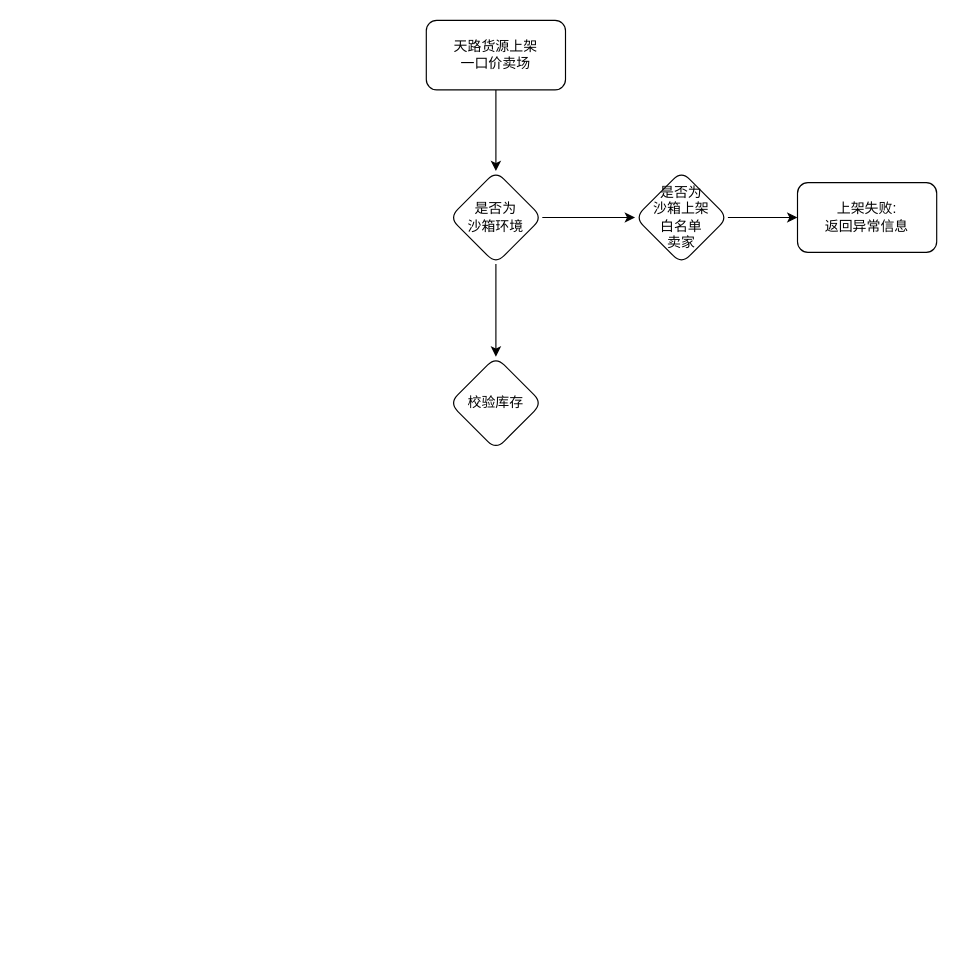
This is page "上架一口价卖场流程图" (2 of 2) of 卖场/一口价卖场.drawio from lxcy-kdz/draw, a draw.io file, before an edit. Source tidied: cells renumbered, new cells numbered last; positions are measured from the earlier drawing's top-left corner, leaving out a move shared by most shapes. Both pictures are drawn from the tidied source at 116%, with x=0, y=0 at pixel (426, 20).
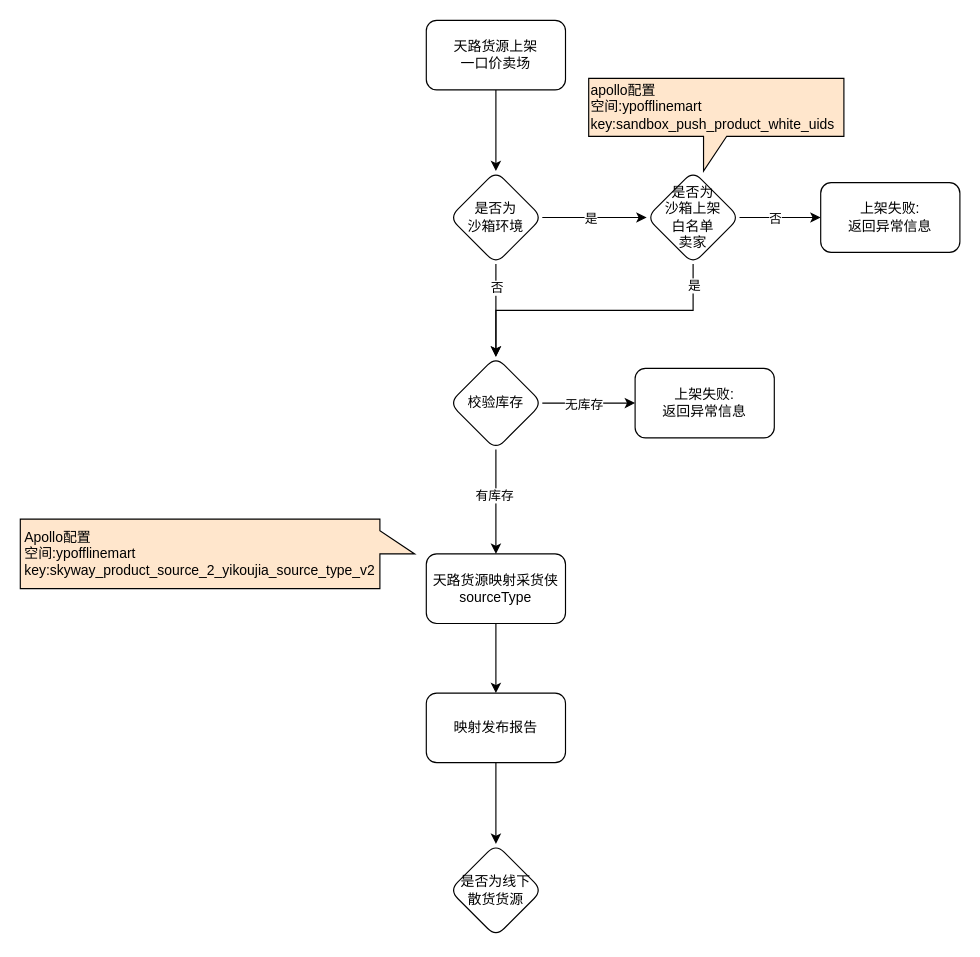
Above is the later version.

Commit message (it also covers changes not shown here):
更新一口价卖场.drawio

Unchanged cells that the change refers to:
```xml
<mxCell id="4" style="edgeStyle=orthogonalEdgeStyle;rounded=0;jettySize=auto;html=1;" parent="1" edge="1" source="6" target="8">
  <mxGeometry relative="1" as="geometry" />
</mxCell>
<mxCell id="5" style="edgeStyle=orthogonalEdgeStyle;rounded=0;jettySize=auto;html=1;" parent="1" edge="1" source="6" target="10">
  <mxGeometry relative="1" as="geometry" />
</mxCell>
<mxCell id="7" style="edgeStyle=orthogonalEdgeStyle;rounded=0;jettySize=auto;html=1;" parent="1" edge="1" source="8" target="9">
  <mxGeometry relative="1" as="geometry" />
</mxCell>
<mxCell id="10" value="校验库存" style="rhombus;whiteSpace=wrap;html=1;rounded=1;" parent="1" vertex="1">
  <mxGeometry x="20" y="290" width="80" height="80" as="geometry" />
</mxCell>
```

What changed in the source:
```diff
@@
+    <mxCell id="11" value="是" style="edgeLabel;html=1;align=center;verticalAlign=middle;" parent="4" vertex="1">
+      <mxGeometry x="-0.1" y="-2" relative="1" as="geometry">
+        <mxPoint y="-2" as="offset" />
+      </mxGeometry>
+    </mxCell>
@@
+    <mxCell id="12" value="否" style="edgeLabel;html=1;align=center;verticalAlign=middle;" parent="5" vertex="1">
+      <mxGeometry x="-0.22" relative="1" as="geometry">
+        <mxPoint y="-11" as="offset" />
+      </mxGeometry>
+    </mxCell>
@@
+    <mxCell id="13" value="否" style="edgeLabel;html=1;align=center;verticalAlign=middle;" parent="7" vertex="1">
+      <mxGeometry x="-0.39" relative="1" as="geometry">
+        <mxPoint x="9" as="offset" />
+      </mxGeometry>
+    </mxCell>
+    <mxCell id="14" style="edgeStyle=orthogonalEdgeStyle;rounded=0;jettySize=auto;html=1;exitX=0.5;exitY=1;exitDx=0;exitDy=0;" parent="1" edge="1" source="8" target="10">
+      <mxGeometry relative="1" as="geometry" />
+    </mxCell>
+    <mxCell id="15" value="是" style="edgeLabel;html=1;align=center;verticalAlign=middle;" parent="14" vertex="1">
+      <mxGeometry x="-0.86" relative="1" as="geometry" />
+    </mxCell>
     <mxCell id="8" value="是否为&lt;div&gt;沙箱上架&lt;/div&gt;&lt;div&gt;白名单&lt;div&gt;卖家&lt;/div&gt;&lt;/div&gt;" style="rhombus;whiteSpace=wrap;html=1;rounded=1;" parent="1" vertex="1">
-      <mxGeometry x="180" y="130" width="80" height="80" as="geometry" />
+      <mxGeometry x="190" y="130" width="80" height="80" as="geometry" />
     </mxCell>
     <mxCell id="9" value="上架失败:&lt;div&gt;返回异常信息&lt;/div&gt;" style="whiteSpace=wrap;html=1;rounded=1;" parent="1" vertex="1">
-      <mxGeometry x="320" y="140" width="120" height="60" as="geometry" />
+      <mxGeometry x="340" y="140" width="120" height="60" as="geometry" />
     </mxCell>
+    <mxCell id="16" style="edgeStyle=orthogonalEdgeStyle;rounded=0;jettySize=auto;html=1;" parent="1" edge="1" source="10" target="20">
+      <mxGeometry relative="1" as="geometry" />
+    </mxCell>
+    <mxCell id="17" value="无库存" style="edgeLabel;html=1;align=center;verticalAlign=middle;" parent="16" vertex="1">
+      <mxGeometry x="-0.12" y="-1" relative="1" as="geometry" />
+    </mxCell>
+    <mxCell id="18" style="edgeStyle=orthogonalEdgeStyle;rounded=0;jettySize=auto;html=1;" parent="1" edge="1" source="10" target="22">
+      <mxGeometry relative="1" as="geometry" />
+    </mxCell>
+    <mxCell id="19" value="有库存" style="edgeLabel;html=1;align=center;verticalAlign=middle;" parent="18" vertex="1">
+      <mxGeometry x="-0.14" y="-2" relative="1" as="geometry" />
+    </mxCell>
@@
+    <mxCell id="20" value="上架失败:&lt;div&gt;返回异常信息&lt;/div&gt;" style="whiteSpace=wrap;html=1;rounded=1;" parent="1" vertex="1">
+      <mxGeometry x="180" y="300" width="120" height="60" as="geometry" />
+    </mxCell>
+    <mxCell id="21" style="edgeStyle=orthogonalEdgeStyle;rounded=0;jettySize=auto;html=1;" parent="1" edge="1" source="22" target="24">
+      <mxGeometry relative="1" as="geometry" />
+    </mxCell>
+    <mxCell id="22" value="天路货源映射采货侠sourceType" style="whiteSpace=wrap;html=1;rounded=1;" parent="1" vertex="1">
+      <mxGeometry y="460" width="120" height="60" as="geometry" />
+    </mxCell>
+    <mxCell id="23" style="edgeStyle=orthogonalEdgeStyle;rounded=0;jettySize=auto;html=1;" parent="1" edge="1" source="24" target="27">
+      <mxGeometry relative="1" as="geometry" />
+    </mxCell>
+    <mxCell id="24" value="映射发布报告" style="whiteSpace=wrap;html=1;rounded=1;" parent="1" vertex="1">
+      <mxGeometry y="580" width="120" height="60" as="geometry" />
+    </mxCell>
+    <mxCell id="25" value="&lt;div style=&quot;text-align: left;&quot;&gt;&lt;span style=&quot;background-color: initial;&quot;&gt;Apollo配置&lt;/span&gt;&lt;/div&gt;&lt;div style=&quot;text-align: left;&quot;&gt;&lt;span style=&quot;background-color: initial;&quot;&gt;空间:ypofflinemart&lt;/span&gt;&lt;br&gt;&lt;span style=&quot;background-color: initial;&quot;&gt;key:skyway_product_source_2_yikoujia_source_type_v2&lt;/span&gt;&lt;br&gt;&lt;/div&gt;" style="shape=callout;whiteSpace=wrap;html=1;perimeter=calloutPerimeter;direction=north;fillColor=#FFE6CC;" parent="1" vertex="1">
+      <mxGeometry x="-350" y="430" width="340" height="60" as="geometry" />
+    </mxCell>
+    <mxCell id="26" value="apollo配置&lt;div&gt;空间:ypofflinemart&lt;/div&gt;&lt;div&gt;key:sandbox_push_product_white_uids&lt;/div&gt;" style="shape=callout;whiteSpace=wrap;html=1;perimeter=calloutPerimeter;align=left;fillColor=#FFE6CC;base=20;position2=0.45;size=30;position=0.45;" parent="1" vertex="1">
+      <mxGeometry x="140" y="50" width="220" height="80" as="geometry" />
+    </mxCell>
+    <mxCell id="27" value="是否为线下&lt;div&gt;散货货源&lt;/div&gt;" style="rhombus;whiteSpace=wrap;html=1;rounded=1;" parent="1" vertex="1">
+      <mxGeometry x="20" y="710" width="80" height="80" as="geometry" />
+    </mxCell>
```
